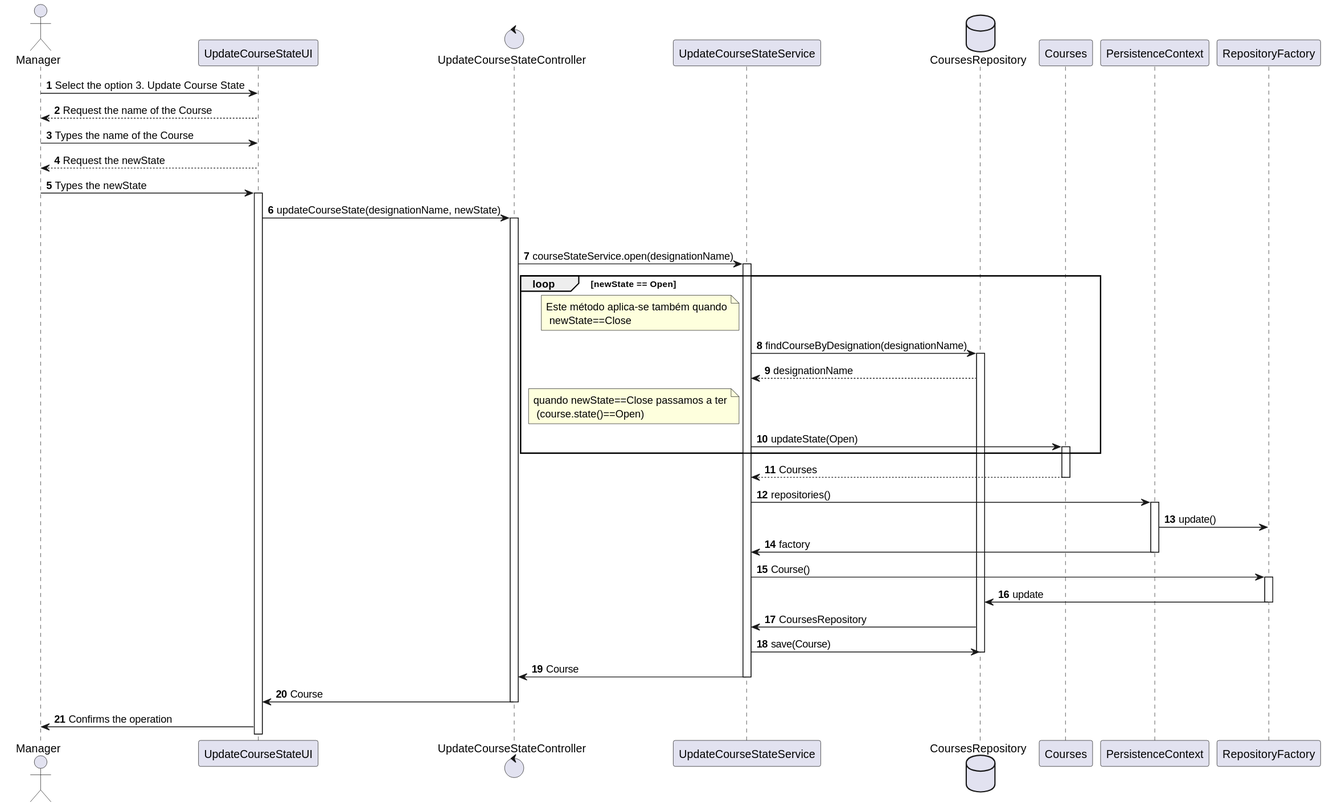
Above: docs/SPRINT B/US1004/Sequence_Diagram.svg in mascenso/isep-sem4-lapr4 (PlantUML), before the change.
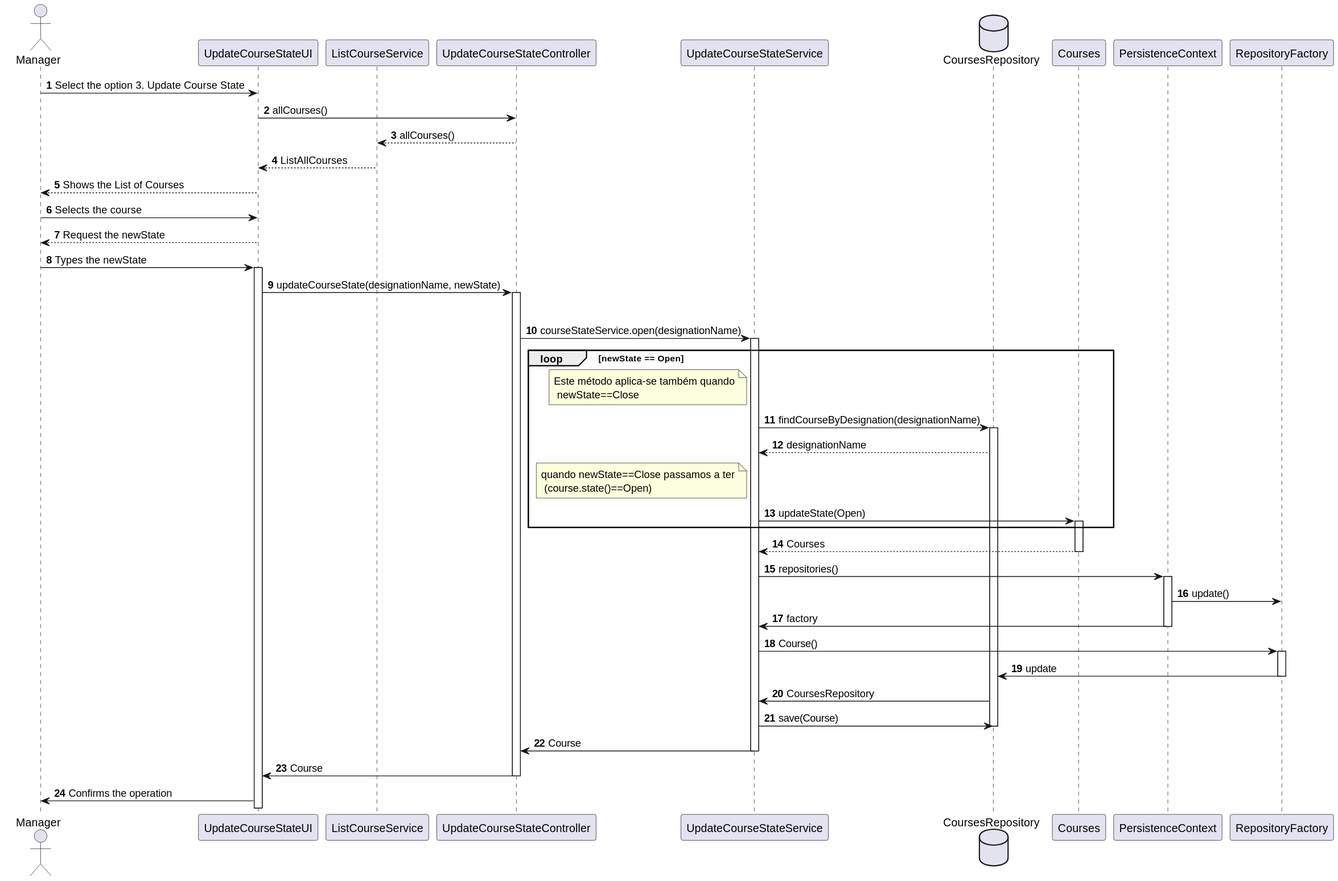
After the change.

Change to the diagram source:
```diff
@@ -5,8 +5,11 @@
 actor Manager
 
 Manager -> UpdateCourseStateUI: Select the option 3. Update Course State
-UpdateCourseStateUI --> Manager:  Request the name of the Course
-Manager -> UpdateCourseStateUI: Types the name of the Course
+UpdateCourseStateUI -> UpdateCourseStateController: allCourses()
+UpdateCourseStateController --> ListCourseService: allCourses()
+ListCourseService --> UpdateCourseStateUI: ListAllCourses
+UpdateCourseStateUI --> Manager:  Shows the List of Courses
+Manager -> UpdateCourseStateUI: Selects the course
 UpdateCourseStateUI --> Manager: Request the newState
 Manager -> UpdateCourseStateUI: Types the newState
 activate UpdateCourseStateUI
```
